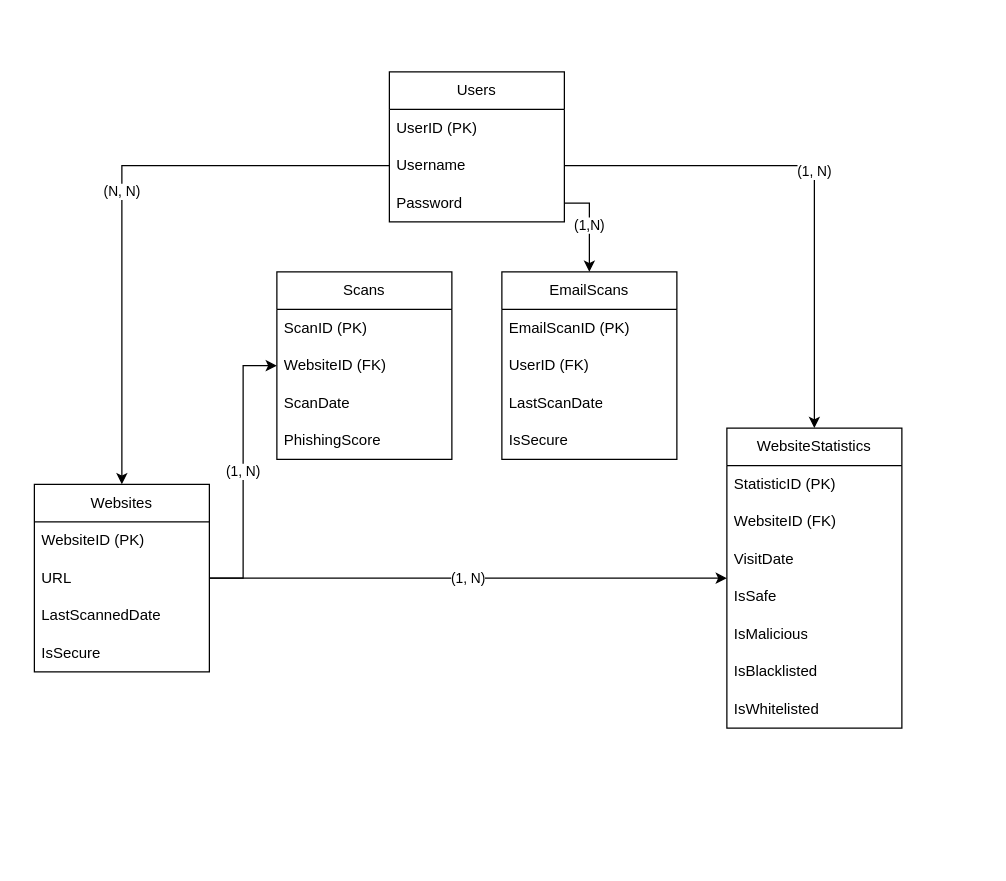
Earlier version of the draw.io diagram Database.drawio (azhbbx3/PhishMeNot). Source tidied: cells renumbered, new cells numbered last; positions are measured from the earlier drawing's top-left corner, leaving out a move shared by most shapes. Both pictures are drawn from the tidied source at 125%, with x=0, y=0 at pixel (34, 71).
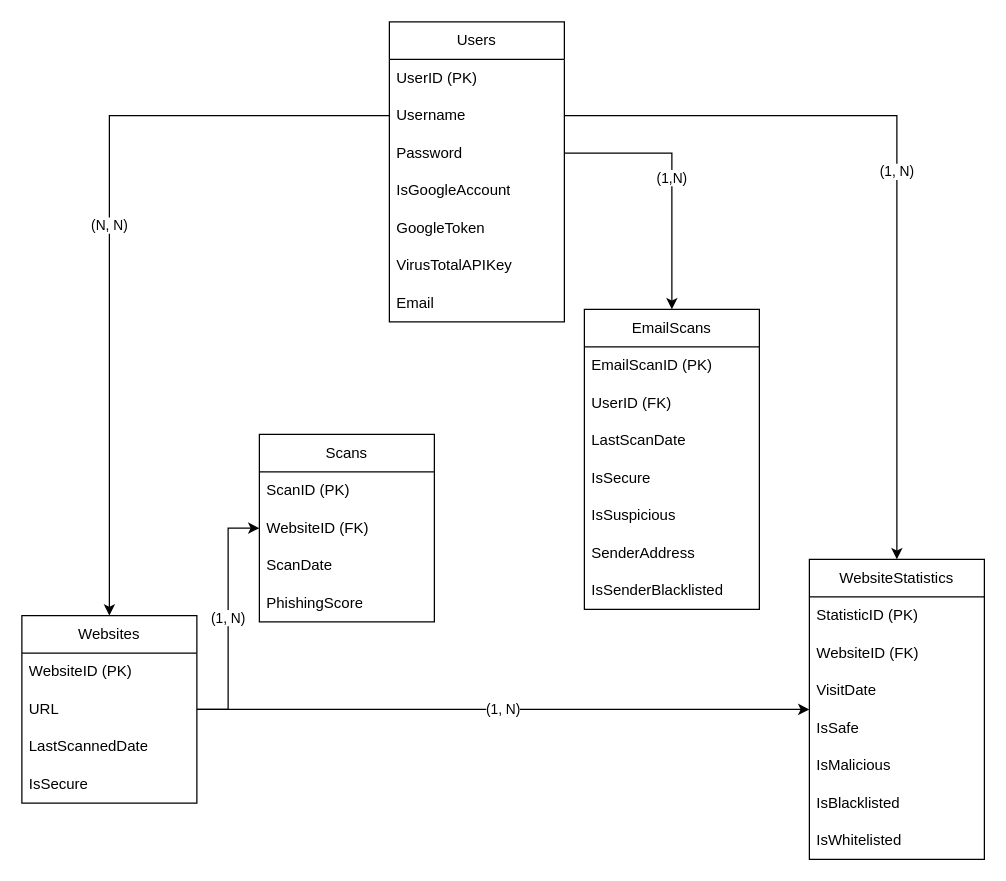
After the change.

What changed in the source:
```diff
@@
     <mxCell id="2" value="Users" style="swimlane;fontStyle=0;horizontal=1;startSize=30;whiteSpace=wrap;html=1;" parent="1" vertex="1">
-      <mxGeometry x="284" width="140" height="120" as="geometry" />
+      <mxGeometry x="284" y="-40" width="140" height="240" as="geometry" />
     </mxCell>
@@
+    <mxCell id="34" value="IsGoogleAccount" style="text;strokeColor=none;fillColor=none;align=left;verticalAlign=middle;spacingLeft=4;spacingRight=4;overflow=hidden;whiteSpace=wrap;html=1;" parent="2" vertex="1">
+      <mxGeometry y="120" width="140" height="30" as="geometry" />
+    </mxCell>
+    <mxCell id="35" value="GoogleToken" style="text;strokeColor=none;fillColor=none;align=left;verticalAlign=middle;spacingLeft=4;spacingRight=4;overflow=hidden;whiteSpace=wrap;html=1;" parent="2" vertex="1">
+      <mxGeometry y="150" width="140" height="30" as="geometry" />
+    </mxCell>
+    <mxCell id="36" value="VirusTotalAPIKey" style="text;strokeColor=none;fillColor=none;align=left;verticalAlign=middle;spacingLeft=4;spacingRight=4;overflow=hidden;whiteSpace=wrap;html=1;" parent="2" vertex="1">
+      <mxGeometry y="180" width="140" height="30" as="geometry" />
+    </mxCell>
+    <mxCell id="37" value="Email" style="text;strokeColor=none;fillColor=none;align=left;verticalAlign=middle;spacingLeft=4;spacingRight=4;overflow=hidden;whiteSpace=wrap;html=1;" parent="2" vertex="1">
+      <mxGeometry y="210" width="140" height="30" as="geometry" />
+    </mxCell>
     <mxCell id="6" value="Websites" style="swimlane;fontStyle=0;horizontal=1;startSize=30;whiteSpace=wrap;html=1;" parent="1" vertex="1">
-      <mxGeometry y="330" width="140" height="150" as="geometry" />
+      <mxGeometry x="-10" y="435" width="140" height="150" as="geometry" />
     </mxCell>
@@
     <mxCell id="11" value="Scans" style="swimlane;fontStyle=0;horizontal=1;startSize=30;whiteSpace=wrap;html=1;" parent="1" vertex="1">
-      <mxGeometry x="194" y="160" width="140" height="150" as="geometry" />
+      <mxGeometry x="180" y="290" width="140" height="150" as="geometry" />
     </mxCell>
@@
     <mxCell id="16" value="EmailScans" style="swimlane;fontStyle=0;horizontal=1;startSize=30;whiteSpace=wrap;html=1;" parent="1" vertex="1">
-      <mxGeometry x="374" y="160" width="140" height="150" as="geometry" />
+      <mxGeometry x="440" y="190" width="140" height="240" as="geometry" />
     </mxCell>
@@
+    <mxCell id="38" value="IsSuspicious" style="text;strokeColor=none;fillColor=none;align=left;verticalAlign=middle;spacingLeft=4;spacingRight=4;overflow=hidden;whiteSpace=wrap;html=1;" parent="16" vertex="1">
+      <mxGeometry y="150" width="140" height="30" as="geometry" />
+    </mxCell>
+    <mxCell id="39" value="SenderAddress" style="text;strokeColor=none;fillColor=none;align=left;verticalAlign=middle;spacingLeft=4;spacingRight=4;overflow=hidden;whiteSpace=wrap;html=1;" parent="16" vertex="1">
+      <mxGeometry y="180" width="140" height="30" as="geometry" />
+    </mxCell>
+    <mxCell id="40" value="IsSenderBlacklisted" style="text;strokeColor=none;fillColor=none;align=left;verticalAlign=middle;spacingLeft=4;spacingRight=4;overflow=hidden;whiteSpace=wrap;html=1;" parent="16" vertex="1">
+      <mxGeometry y="210" width="140" height="30" as="geometry" />
+    </mxCell>
     <mxCell id="21" value="WebsiteStatistics" style="swimlane;fontStyle=0;horizontal=1;startSize=30;whiteSpace=wrap;html=1;" parent="1" vertex="1">
-      <mxGeometry x="554" y="285" width="140" height="240" as="geometry" />
+      <mxGeometry x="620" y="390" width="140" height="240" as="geometry" />
     </mxCell>
```
